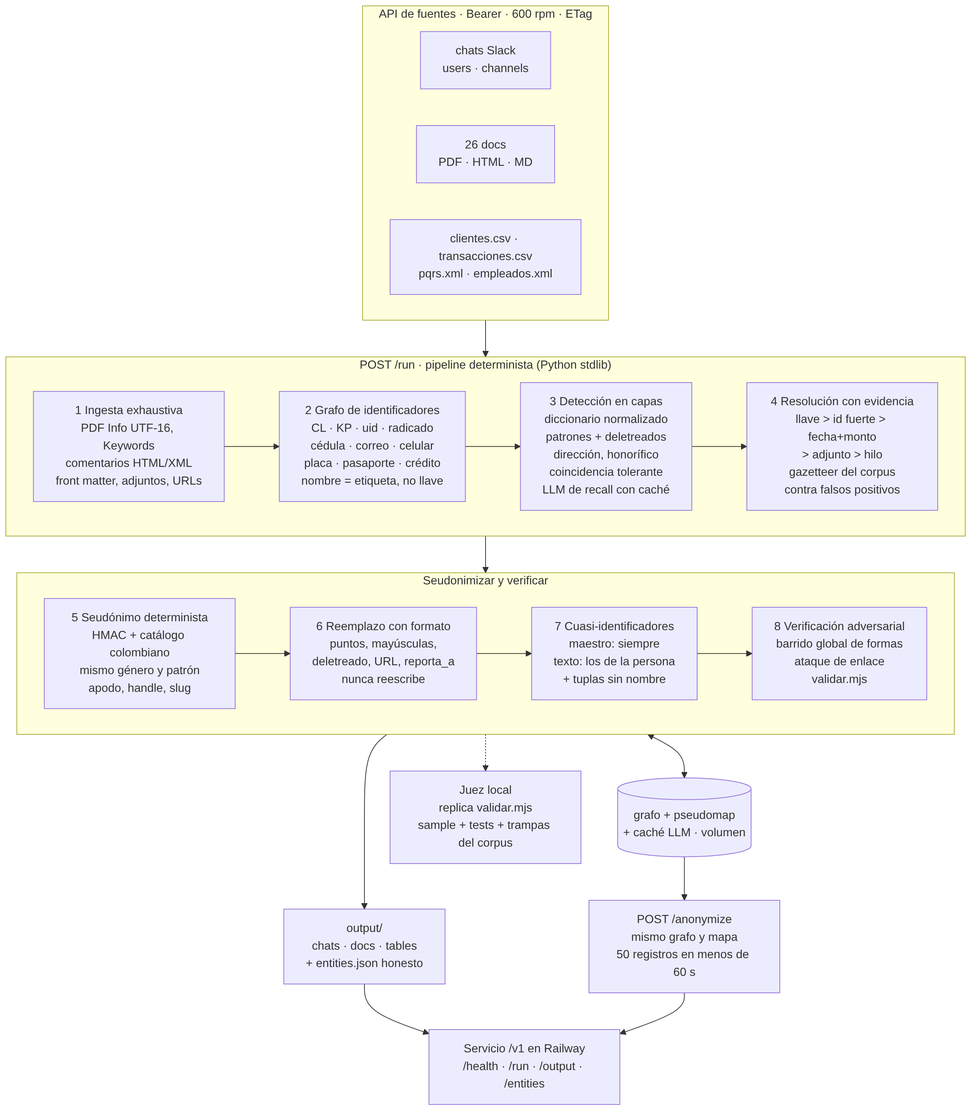
Earlier version of the Mermaid export docs/diagrama.png (SamaelFL/kipu-anon). Its source is kept beside it as docs/diagrama.mmd.
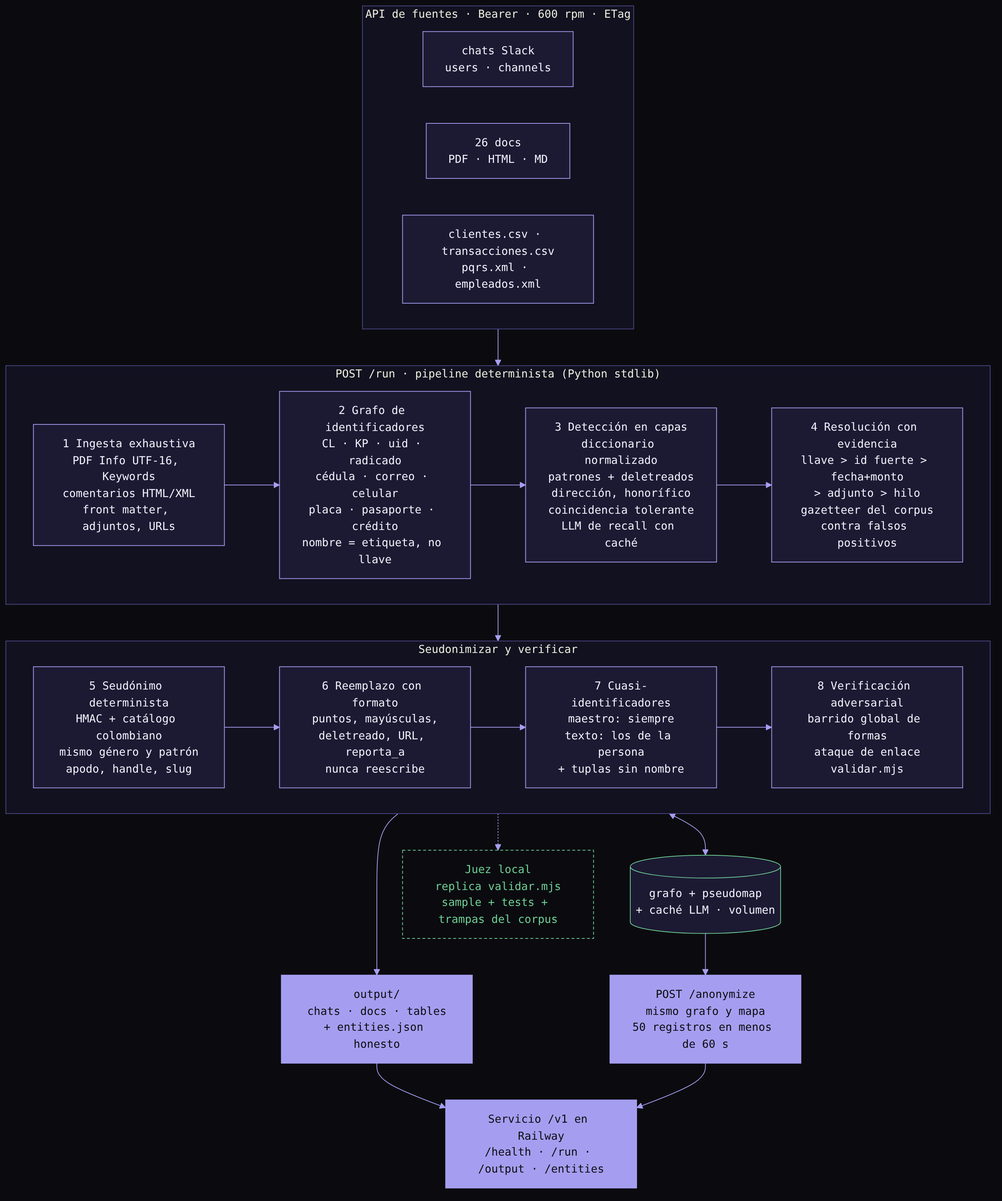
The same file after the commit.

Commit message:
Diagrama con la paleta de Frontier

Change to the diagram source:
```diff
@@ -30,3 +30,10 @@
   O --> S["Servicio /v1 en Railway<br/>/health · /run · /output · /entities"]
   AN --> S
   CHK -.-> J["Juez local<br/>replica validar.mjs<br/>sample + tests + trampas del corpus"]
+
+  classDef store fill:#1c1a33,stroke:#6fcf97,color:#f2f1fb
+  classDef out fill:#a59ef0,stroke:#a59ef0,color:#0b0b0f
+  classDef juez fill:#0b0b0f,stroke:#6fcf97,color:#6fcf97,stroke-dasharray:4 3
+  class M store
+  class S,O,AN out
+  class J juez
```
